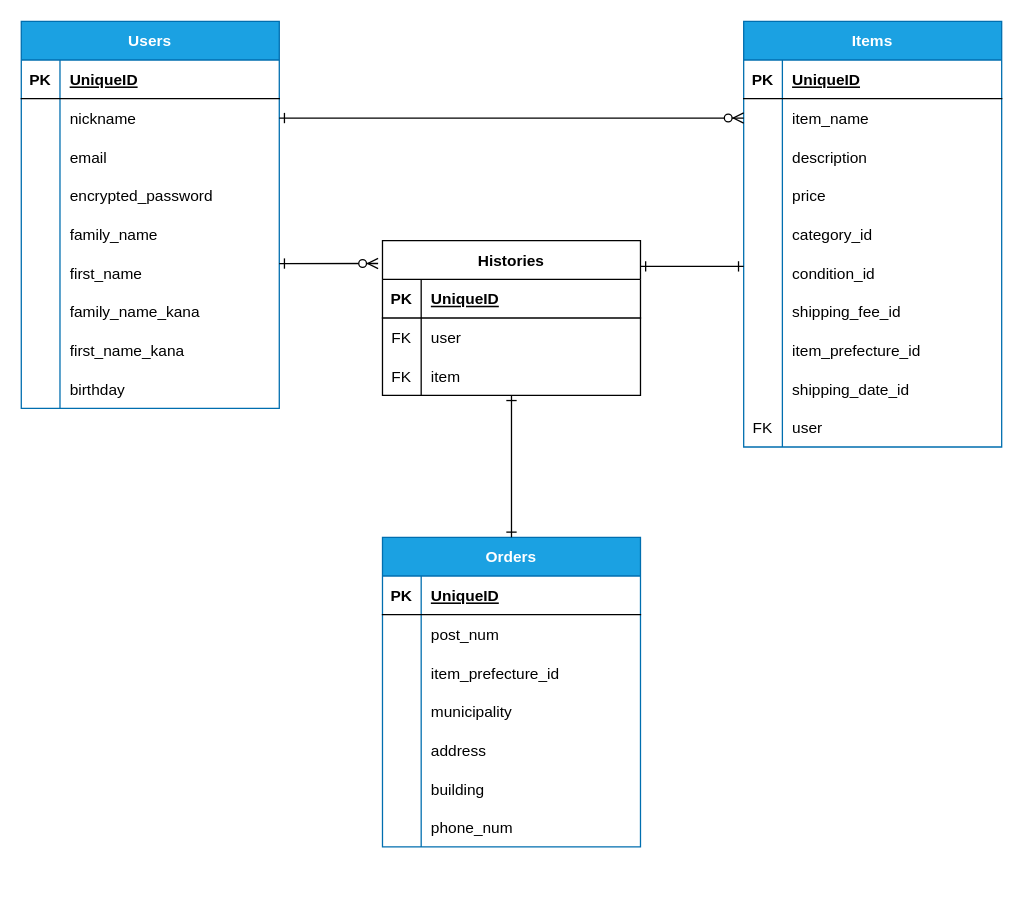
Earlier version of the draw.io diagram furima.dio (abeyaworld/furima-38648). Source tidied: cells renumbered, new cells numbered last; positions are measured from the earlier drawing's top-left corner, leaving out a move shared by most shapes. Both pictures are drawn from the tidied source at 129%, with x=0, y=0 at pixel (21, 21).
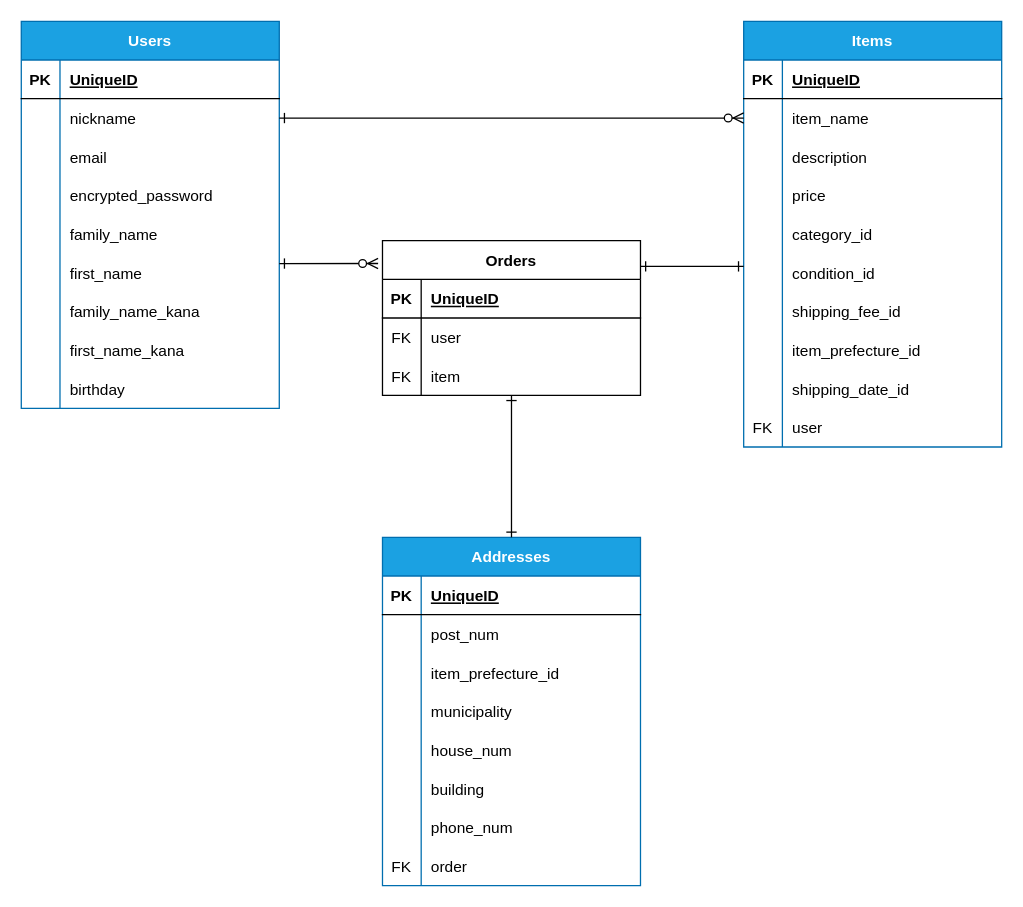
The same page after the edit.

Unchanged cells that the change refers to:
```xml
<mxCell id="74" style="shape=tableRow;horizontal=0;startSize=0;swimlaneHead=0;swimlaneBody=0;fillColor=none;top=0;left=0;right=0;bottom=0;" parent="61" vertex="1">
  <mxGeometry y="150" width="200" height="30" as="geometry" />
</mxCell>
```

What changed in the source:
```diff
@@
-    <mxCell id="61" value="Orders" style="shape=table;startSize=30;childLayout=tableLayout;rowLines=0;fontStyle=1;align=center;fillColor=#1ba1e2;fontColor=#ffffff;strokeColor=#006EAF;swimlaneFillColor=none;" parent="1" vertex="1">
-      <mxGeometry x="280" y="400" width="200" height="240" as="geometry" />
+    <mxCell id="61" value="Addresses" style="shape=table;startSize=30;childLayout=tableLayout;rowLines=0;fontStyle=1;align=center;fillColor=#1ba1e2;fontColor=#ffffff;strokeColor=#006EAF;swimlaneFillColor=none;" parent="1" vertex="1">
+      <mxGeometry x="280" y="400" width="200" height="270" as="geometry" />
     </mxCell>
@@
-    <mxCell id="76" value="address" style="shape=partialRectangle;fillColor=none;top=0;left=0;bottom=0;right=0;align=left;spacingLeft=6;overflow=hidden;" parent="74" vertex="1">
+    <mxCell id="76" value="house_num" style="shape=partialRectangle;fillColor=none;top=0;left=0;bottom=0;right=0;align=left;spacingLeft=6;overflow=hidden;" parent="74" vertex="1">
       <mxGeometry x="30" width="170" height="30" as="geometry" />
     </mxCell>
@@
+    <mxCell id="97" style="shape=tableRow;horizontal=0;startSize=0;swimlaneHead=0;swimlaneBody=0;fillColor=none;top=0;left=0;right=0;bottom=0;" parent="61" vertex="1">
+      <mxGeometry y="240" width="200" height="30" as="geometry" />
+    </mxCell>
+    <mxCell id="98" value="FK" style="shape=partialRectangle;fillColor=none;top=0;left=0;bottom=0;right=0;fontStyle=0;overflow=hidden;" parent="97" vertex="1">
+      <mxGeometry width="30" height="30" as="geometry" />
+    </mxCell>
+    <mxCell id="99" value="order" style="shape=partialRectangle;fillColor=none;top=0;left=0;bottom=0;right=0;align=left;spacingLeft=6;fontStyle=0;overflow=hidden;" parent="97" vertex="1">
+      <mxGeometry x="30" width="170" height="30" as="geometry" />
+    </mxCell>
@@
-    <mxCell id="84" value="Histories" style="shape=table;startSize=30;childLayout=tableLayout;rowLines=0;fontStyle=1;align=center;" parent="1" vertex="1">
+    <mxCell id="84" value="Orders" style="shape=table;startSize=30;childLayout=tableLayout;rowLines=0;fontStyle=1;align=center;" parent="1" vertex="1">
       <mxGeometry x="280" y="170" width="200" height="120" as="geometry" />
     </mxCell>
```
